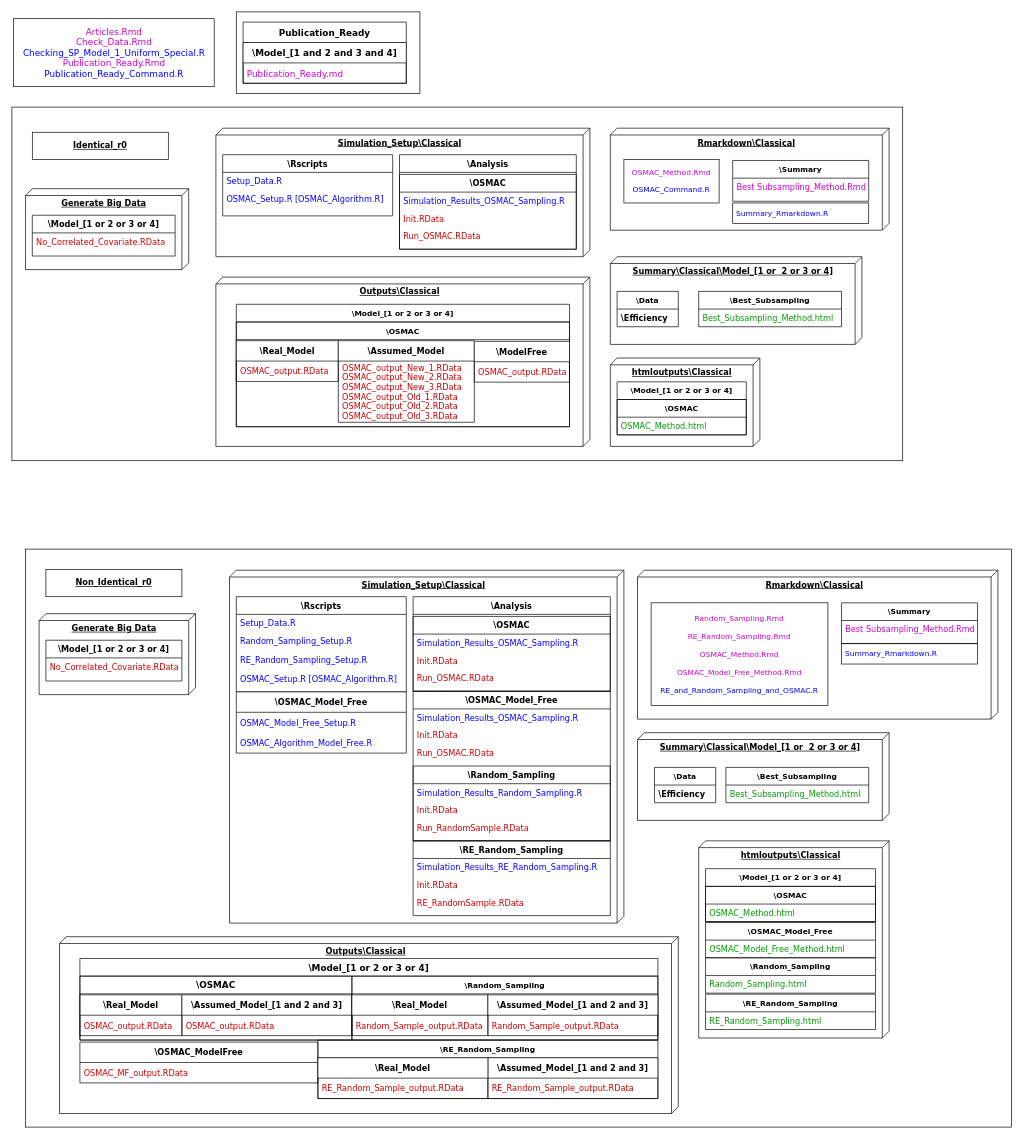
Amalan-ConStat/RS_OS_MROS_PR_TwoVar_Uniform keeps this draw.io diagram as Images/FullDiagram.drawio. Above is the earlier version. Source tidied: cells renumbered, new cells numbered last; positions are measured from the earlier drawing's top-left corner, leaving out a move shared by most shapes. Both pictures are drawn from the tidied source at 68%, with x=0, y=0 at pixel (12, 12).
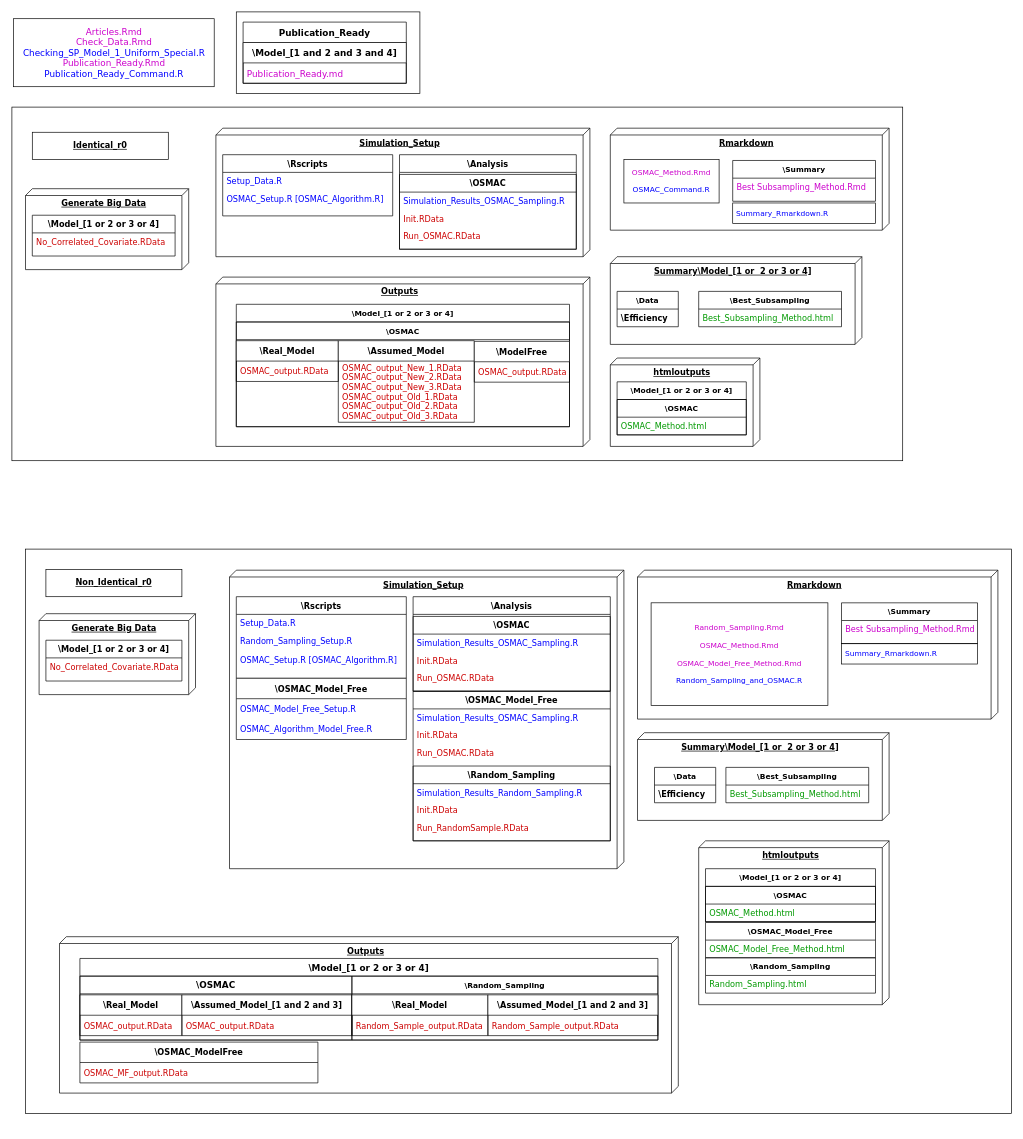
The same page after the edit.

Change to the diagram source:
```diff
@@
     <mxCell id="3" style="rounded=0;whiteSpace=wrap;html=1;fontFamily=Verdana;fontSize=13;fontColor=#000000;" parent="1" vertex="1">
-      <mxGeometry x="20" y="790" width="1450" height="850" as="geometry" />
+      <mxGeometry x="20" y="790" width="1450" height="830" as="geometry" />
     </mxCell>
@@
-    <mxCell id="6" value="htmloutputs\Classical&lt;br&gt;&lt;br&gt;" style="verticalAlign=top;align=center;spacingTop=8;spacingLeft=2;spacingRight=12;shape=cube;size=10;direction=south;fontStyle=5;html=1;rounded=0;shadow=0;comic=0;labelBackgroundColor=none;strokeWidth=1;fontFamily=Verdana;fontSize=12;" parent="1" vertex="1">
+    <mxCell id="6" value="htmloutputs&lt;br&gt;" style="verticalAlign=top;align=center;spacingTop=8;spacingLeft=2;spacingRight=12;shape=cube;size=10;direction=south;fontStyle=5;html=1;rounded=0;shadow=0;comic=0;labelBackgroundColor=none;strokeWidth=1;fontFamily=Verdana;fontSize=12;" parent="1" vertex="1">
       <mxGeometry x="880" y="509" width="220" height="130" as="geometry" />
     </mxCell>
-    <mxCell id="7" value="Outputs\Classical" style="verticalAlign=top;align=center;spacingTop=8;spacingLeft=2;spacingRight=12;shape=cube;size=10;direction=south;fontStyle=5;html=1;rounded=0;shadow=0;comic=0;labelBackgroundColor=none;strokeWidth=1;fontFamily=Verdana;fontSize=12;" parent="1" vertex="1">
+    <mxCell id="7" value="Outputs" style="verticalAlign=top;align=center;spacingTop=8;spacingLeft=2;spacingRight=12;shape=cube;size=10;direction=south;fontStyle=5;html=1;rounded=0;shadow=0;comic=0;labelBackgroundColor=none;strokeWidth=1;fontFamily=Verdana;fontSize=12;" parent="1" vertex="1">
       <mxGeometry x="300" y="390" width="550" height="249" as="geometry" />
     </mxCell>
-    <mxCell id="8" value="&lt;b&gt;Rmarkdown\Classical&lt;/b&gt;" style="verticalAlign=top;align=center;spacingTop=8;spacingLeft=2;spacingRight=12;shape=cube;size=10;direction=south;fontStyle=4;html=1;rounded=0;shadow=0;comic=0;labelBackgroundColor=none;strokeWidth=1;fontFamily=Verdana;fontSize=12;" parent="1" vertex="1">
+    <mxCell id="8" value="&lt;b&gt;Rmarkdown&lt;/b&gt;" style="verticalAlign=top;align=center;spacingTop=8;spacingLeft=2;spacingRight=12;shape=cube;size=10;direction=south;fontStyle=4;html=1;rounded=0;shadow=0;comic=0;labelBackgroundColor=none;strokeWidth=1;fontFamily=Verdana;fontSize=12;" parent="1" vertex="1">
       <mxGeometry x="880" y="171" width="410" height="150" as="geometry" />
     </mxCell>
-    <mxCell id="9" value="Simulation_Setup\Classical" style="verticalAlign=top;align=center;spacingTop=8;spacingLeft=2;spacingRight=12;shape=cube;size=10;direction=south;fontStyle=5;html=1;rounded=0;shadow=0;comic=0;labelBackgroundColor=none;strokeWidth=1;fontFamily=Verdana;fontSize=12;" parent="1" vertex="1">
+    <mxCell id="9" value="Simulation_Setup" style="verticalAlign=top;align=center;spacingTop=8;spacingLeft=2;spacingRight=12;shape=cube;size=10;direction=south;fontStyle=5;html=1;rounded=0;shadow=0;comic=0;labelBackgroundColor=none;strokeWidth=1;fontFamily=Verdana;fontSize=12;" parent="1" vertex="1">
       <mxGeometry x="300" y="171" width="550" height="189" as="geometry" />
     </mxCell>
-    <mxCell id="10" value="&lt;b&gt;Summary\Classical\Model_[1 or&amp;nbsp; 2 or 3 or 4]&lt;/b&gt;" style="verticalAlign=top;align=center;spacingTop=8;spacingLeft=2;spacingRight=12;shape=cube;size=10;direction=south;fontStyle=4;html=1;rounded=0;shadow=0;comic=0;labelBackgroundColor=none;strokeWidth=1;fontFamily=Verdana;fontSize=12;" parent="1" vertex="1">
+    <mxCell id="10" value="&lt;b&gt;Summary\Model_[1 or&amp;nbsp; 2 or 3 or 4]&lt;/b&gt;" style="verticalAlign=top;align=center;spacingTop=8;spacingLeft=2;spacingRight=12;shape=cube;size=10;direction=south;fontStyle=4;html=1;rounded=0;shadow=0;comic=0;labelBackgroundColor=none;strokeWidth=1;fontFamily=Verdana;fontSize=12;" parent="1" vertex="1">
       <mxGeometry x="880" y="360" width="370" height="129" as="geometry" />
     </mxCell>
@@
     <mxCell id="20" value="\Summary" style="swimlane;fontStyle=1;horizontal=1;startSize=26;fontSize=11;strokeColor=#000000;fillColor=none;align=center;html=0;fontFamily=Verdana;" parent="1" vertex="1">
-      <mxGeometry x="1060" y="218.5" width="200" height="60" as="geometry" />
+      <mxGeometry x="1060" y="218.5" width="210" height="60" as="geometry" />
     </mxCell>
     <mxCell id="21" value="Best Subsampling_Method.Rmd" style="text;strokeColor=none;fillColor=none;align=left;verticalAlign=top;spacingLeft=4;spacingRight=4;overflow=hidden;fontColor=#CC00CC;fontFamily=Verdana;" parent="20" vertex="1">
-      <mxGeometry y="26" width="200" height="34" as="geometry" />
+      <mxGeometry y="26" width="210" height="34" as="geometry" />
     </mxCell>
     <mxCell id="22" value="&lt;font color=&quot;#0000ff&quot;&gt;&amp;nbsp;Summary_Rmarkdown.R&lt;/font&gt;" style="rounded=0;whiteSpace=wrap;html=1;fontSize=11;fontColor=#000000;strokeColor=#000000;fillColor=none;align=left;fontFamily=Verdana;" parent="1" vertex="1">
-      <mxGeometry x="1060" y="281" width="200" height="30" as="geometry" />
+      <mxGeometry x="1060" y="281" width="210" height="30" as="geometry" />
     </mxCell>
@@
-    <mxCell id="42" value="htmloutputs\Classical&lt;br&gt;&lt;br&gt;" style="verticalAlign=top;align=center;spacingTop=8;spacingLeft=2;spacingRight=12;shape=cube;size=10;direction=south;fontStyle=5;html=1;rounded=0;shadow=0;comic=0;labelBackgroundColor=none;strokeWidth=1;fontFamily=Verdana;fontSize=12;" parent="1" vertex="1">
-      <mxGeometry x="1010" y="1219" width="280" height="290" as="geometry" />
+    <mxCell id="42" value="htmloutputs&lt;br&gt;" style="verticalAlign=top;align=center;spacingTop=8;spacingLeft=2;spacingRight=12;shape=cube;size=10;direction=south;fontStyle=5;html=1;rounded=0;shadow=0;comic=0;labelBackgroundColor=none;strokeWidth=1;fontFamily=Verdana;fontSize=12;" parent="1" vertex="1">
+      <mxGeometry x="1010" y="1219" width="280" height="241" as="geometry" />
     </mxCell>
-    <mxCell id="43" value="Outputs\Classical" style="verticalAlign=top;align=center;spacingTop=8;spacingLeft=2;spacingRight=12;shape=cube;size=10;direction=south;fontStyle=5;html=1;rounded=0;shadow=0;comic=0;labelBackgroundColor=none;strokeWidth=1;fontFamily=Verdana;fontSize=12;" parent="1" vertex="1">
-      <mxGeometry x="70" y="1360" width="910" height="260" as="geometry" />
+    <mxCell id="43" value="Outputs" style="verticalAlign=top;align=center;spacingTop=8;spacingLeft=2;spacingRight=12;shape=cube;size=10;direction=south;fontStyle=5;html=1;rounded=0;shadow=0;comic=0;labelBackgroundColor=none;strokeWidth=1;fontFamily=Verdana;fontSize=12;" parent="1" vertex="1">
+      <mxGeometry x="70" y="1360" width="910" height="230" as="geometry" />
     </mxCell>
-    <mxCell id="44" value="&lt;b&gt;Rmarkdown\Classical&lt;/b&gt;" style="verticalAlign=top;align=center;spacingTop=8;spacingLeft=2;spacingRight=12;shape=cube;size=10;direction=south;fontStyle=4;html=1;rounded=0;shadow=0;comic=0;labelBackgroundColor=none;strokeWidth=1;fontFamily=Verdana;fontSize=12;" parent="1" vertex="1">
+    <mxCell id="44" value="&lt;b&gt;Rmarkdown&lt;/b&gt;" style="verticalAlign=top;align=center;spacingTop=8;spacingLeft=2;spacingRight=12;shape=cube;size=10;direction=south;fontStyle=4;html=1;rounded=0;shadow=0;comic=0;labelBackgroundColor=none;strokeWidth=1;fontFamily=Verdana;fontSize=12;" parent="1" vertex="1">
       <mxGeometry x="920" y="821" width="530" height="219" as="geometry" />
     </mxCell>
-    <mxCell id="45" value="Simulation_Setup\Classical" style="verticalAlign=top;align=center;spacingTop=8;spacingLeft=2;spacingRight=12;shape=cube;size=10;direction=south;fontStyle=5;html=1;rounded=0;shadow=0;comic=0;labelBackgroundColor=none;strokeWidth=1;fontFamily=Verdana;fontSize=12;" parent="1" vertex="1">
-      <mxGeometry x="320" y="821" width="580" height="519" as="geometry" />
+    <mxCell id="45" value="Simulation_Setup" style="verticalAlign=top;align=center;spacingTop=8;spacingLeft=2;spacingRight=12;shape=cube;size=10;direction=south;fontStyle=5;html=1;rounded=0;shadow=0;comic=0;labelBackgroundColor=none;strokeWidth=1;fontFamily=Verdana;fontSize=12;" parent="1" vertex="1">
+      <mxGeometry x="320" y="821" width="580" height="439" as="geometry" />
     </mxCell>
-    <mxCell id="46" value="&lt;b&gt;Summary\Classical\Model_[1 or&amp;nbsp; 2 or 3 or 4]&lt;/b&gt;" style="verticalAlign=top;align=center;spacingTop=8;spacingLeft=2;spacingRight=12;shape=cube;size=10;direction=south;fontStyle=4;html=1;rounded=0;shadow=0;comic=0;labelBackgroundColor=none;strokeWidth=1;fontFamily=Verdana;fontSize=12;" parent="1" vertex="1">
+    <mxCell id="46" value="&lt;b&gt;Summary\Model_[1 or&amp;nbsp; 2 or 3 or 4]&lt;/b&gt;" style="verticalAlign=top;align=center;spacingTop=8;spacingLeft=2;spacingRight=12;shape=cube;size=10;direction=south;fontStyle=4;html=1;rounded=0;shadow=0;comic=0;labelBackgroundColor=none;strokeWidth=1;fontFamily=Verdana;fontSize=12;" parent="1" vertex="1">
       <mxGeometry x="920" y="1060" width="370" height="129" as="geometry" />
     </mxCell>
@@
     <mxCell id="49" value="\Rscripts" style="swimlane;fontStyle=1;horizontal=1;startSize=26;fontFamily=Verdana;" parent="1" vertex="1">
-      <mxGeometry x="330" y="860" width="250" height="140" as="geometry" />
+      <mxGeometry x="330" y="860" width="250" height="120" as="geometry" />
     </mxCell>
@@
-    <mxCell id="51" value="Random_Sampling_Setup.R&#10;&#10;RE_Random_Sampling_Setup.R&#10;&#10;OSMAC_Setup.R [OSMAC_Algorithm.R]&#10;" style="text;strokeColor=none;fillColor=none;align=left;verticalAlign=top;spacingLeft=4;spacingRight=4;overflow=hidden;fontColor=#0000FF;fontFamily=Verdana;" parent="49" vertex="1">
-      <mxGeometry y="52" width="250" height="88" as="geometry" />
+    <mxCell id="51" value="Random_Sampling_Setup.R&#10;&#10;OSMAC_Setup.R [OSMAC_Algorithm.R]&#10;" style="text;strokeColor=none;fillColor=none;align=left;verticalAlign=top;spacingLeft=4;spacingRight=4;overflow=hidden;fontColor=#0000FF;fontFamily=Verdana;" parent="49" vertex="1">
+      <mxGeometry y="52" width="250" height="68" as="geometry" />
     </mxCell>
@@
-    <mxCell id="54" value="&lt;font color=&quot;#cc00cc&quot;&gt;Random_Sampling.Rmd&lt;br&gt;&lt;br&gt;&lt;/font&gt;&lt;span style=&quot;color: rgb(204 , 0 , 204)&quot;&gt;RE_Random_Sampling.Rmd&lt;/span&gt;&lt;font color=&quot;#cc00cc&quot;&gt;&lt;br&gt;&lt;br&gt;OSMAC_Method.Rmd&lt;br&gt;&lt;br&gt;OSMAC_Model_Free_Method.Rmd&lt;br&gt;&lt;/font&gt;&lt;br&gt;&lt;font color=&quot;#0000ff&quot;&gt;RE_and_Random_Sampling_and_OSMAC.R&lt;/font&gt;" style="whiteSpace=wrap;html=1;fontSize=11;fontColor=#000000;strokeColor=#000000;fillColor=none;align=center;fontFamily=Verdana;" parent="1" vertex="1">
+    <mxCell id="54" value="&lt;font color=&quot;#cc00cc&quot;&gt;Random_Sampling.Rmd&lt;br&gt;&lt;/font&gt;&lt;font color=&quot;#cc00cc&quot;&gt;&lt;br&gt;OSMAC_Method.Rmd&lt;br&gt;&lt;br&gt;OSMAC_Model_Free_Method.Rmd&lt;br&gt;&lt;/font&gt;&lt;br&gt;&lt;font color=&quot;#0000ff&quot;&gt;Random_Sampling_and_OSMAC.R&lt;/font&gt;" style="whiteSpace=wrap;html=1;fontSize=11;fontColor=#000000;strokeColor=#000000;fillColor=none;align=center;fontFamily=Verdana;" parent="1" vertex="1">
       <mxGeometry x="940" y="869" width="260" height="151" as="geometry" />
     </mxCell>
@@
     <mxCell id="76" value="\OSMAC_Model_Free" style="swimlane;fontStyle=1;horizontal=1;startSize=30;fontColor=#000000;fontFamily=Verdana;" parent="1" vertex="1">
-      <mxGeometry x="330" y="1000" width="250" height="90" as="geometry" />
+      <mxGeometry x="330" y="980" width="250" height="90" as="geometry" />
     </mxCell>
@@
-    <mxCell id="87" value="\RE_Random_Sampling" style="swimlane;fontStyle=1;horizontal=1;startSize=26;strokeColor=#000000;fillColor=none;fontFamily=Verdana;" parent="1" vertex="1">
-      <mxGeometry x="590" y="1219" width="290" height="110" as="geometry" />
-    </mxCell>
-    <mxCell id="88" value="Simulation_Results_RE_Random_Sampling.R" style="text;strokeColor=none;fillColor=none;align=left;verticalAlign=top;spacingLeft=4;spacingRight=4;overflow=hidden;fontColor=#0000FF;fontFamily=Verdana;" parent="87" vertex="1">
-      <mxGeometry y="26" width="290" height="26" as="geometry" />
-    </mxCell>
-    <mxCell id="89" value="Init.RData" style="text;strokeColor=none;fillColor=none;align=left;verticalAlign=top;spacingLeft=4;spacingRight=4;overflow=hidden;fontColor=#CC0000;fontFamily=Verdana;" parent="87" vertex="1">
-      <mxGeometry y="52" width="290" height="26" as="geometry" />
-    </mxCell>
-    <mxCell id="90" value="RE_RandomSample.RData" style="text;strokeColor=none;fillColor=none;align=left;verticalAlign=top;spacingLeft=4;spacingRight=4;overflow=hidden;fontColor=#CC0000;fontFamily=Verdana;" parent="87" vertex="1">
-      <mxGeometry y="78" width="290" height="32" as="geometry" />
-    </mxCell>
@@
-    <mxCell id="97" value="\RE_Random_Sampling" style="swimlane;fontStyle=1;horizontal=1;startSize=26;fontSize=11;strokeColor=#000000;fillColor=none;align=center;html=0;fontFamily=Verdana;" parent="1" vertex="1">
-      <mxGeometry x="450" y="1512" width="500" height="86" as="geometry" />
-    </mxCell>
-    <mxCell id="98" value="\Assumed_Model_[1 and 2 and 3]" style="swimlane;fontStyle=1;horizontal=1;startSize=30;fontColor=#000000;fontFamily=Verdana;" parent="1" vertex="1">
-      <mxGeometry x="700" y="1538" width="250" height="60" as="geometry" />
-    </mxCell>
-    <mxCell id="99" value="RE_Random_Sample_output.RData" style="text;strokeColor=none;fillColor=none;align=left;verticalAlign=middle;spacingLeft=4;spacingRight=4;overflow=hidden;fontColor=#CC0000;fontFamily=Verdana;" parent="98" vertex="1">
-      <mxGeometry y="30" width="250" height="30" as="geometry" />
-    </mxCell>
-    <mxCell id="100" value="\Real_Model" style="swimlane;fontStyle=1;horizontal=1;startSize=30;fontColor=#000000;fontFamily=Verdana;" parent="1" vertex="1">
-      <mxGeometry x="450" y="1538" width="250" height="60" as="geometry" />
-    </mxCell>
-    <mxCell id="101" value="RE_Random_Sample_output.RData" style="text;strokeColor=none;fillColor=none;align=left;verticalAlign=middle;spacingLeft=4;spacingRight=4;overflow=hidden;fontColor=#CC0000;fontFamily=Verdana;" parent="100" vertex="1">
-      <mxGeometry y="30" width="250" height="30" as="geometry" />
-    </mxCell>
@@
-    <mxCell id="106" value="\RE_Random_Sampling" style="swimlane;fontStyle=1;horizontal=1;startSize=26;fontSize=11;strokeColor=#000000;fillColor=none;align=center;html=0;fontFamily=Verdana;" parent="1" vertex="1">
-      <mxGeometry x="1020" y="1444.5" width="250" height="52" as="geometry" />
-    </mxCell>
-    <mxCell id="107" value="RE_Random_Sampling.html" style="text;strokeColor=none;fillColor=none;align=left;verticalAlign=top;spacingLeft=4;spacingRight=4;overflow=hidden;fontColor=#009900;fontFamily=Verdana;" parent="106" vertex="1">
-      <mxGeometry y="26" width="250" height="26" as="geometry" />
-    </mxCell>
```
